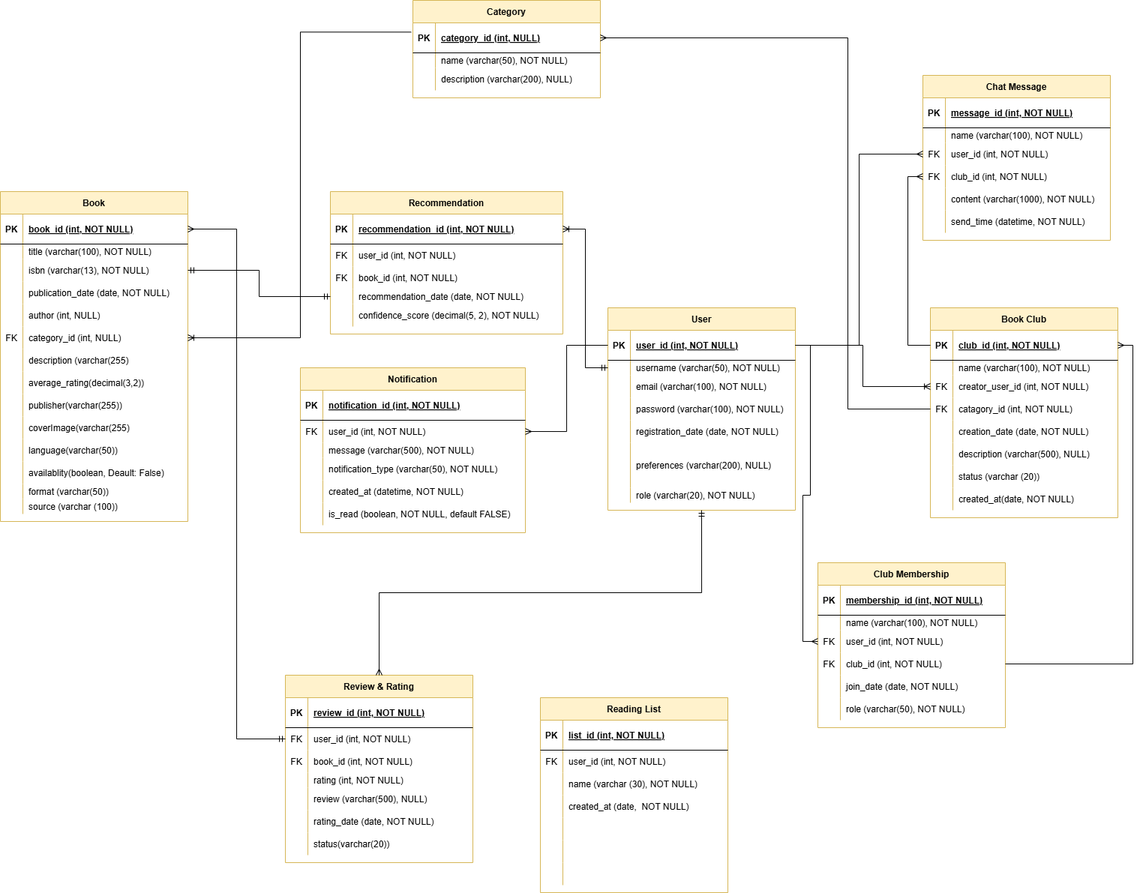
Before: New folder/Untitled Diagram.drawio.png, a diagram exported from draw.io (Kkgenkai/Draw.io). Source tidied: cells renumbered, new cells last; positions are measured from the earlier drawing's top-left corner, leaving out a move shared by most shapes.
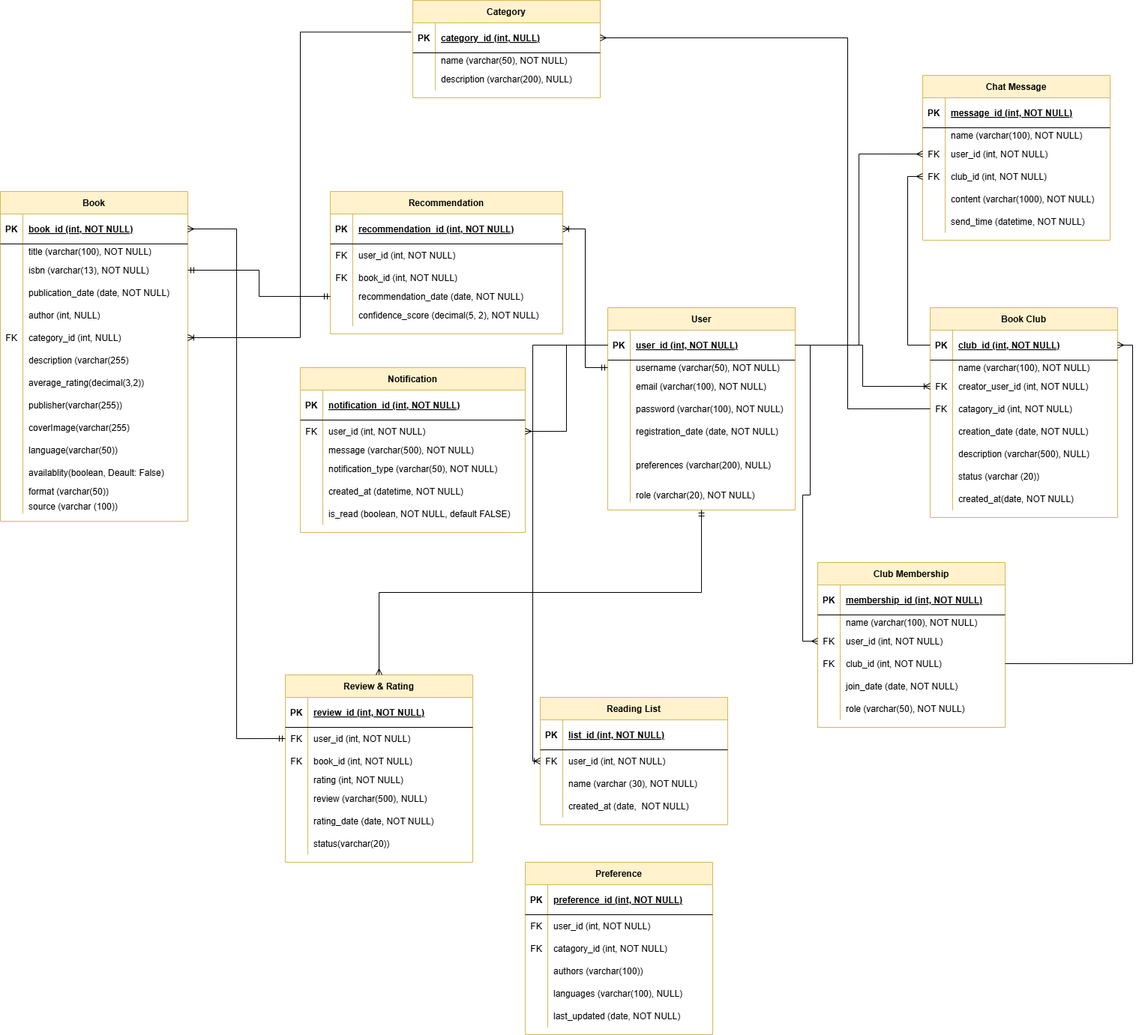
Later version of the same file.

Diff of the diagram source:
```diff
@@ -629,7 +629,7 @@
       <mxGeometry relative="1" as="geometry" />
     </mxCell>
     <mxCell id="209" value="Reading List" style="shape=table;startSize=30;rowLines=0;fontStyle=1;align=center;fillColor=#fff2cc;strokeColor=#d6b656;" parent="1" vertex="1">
-      <mxGeometry x="720" y="930" width="250" height="260" as="geometry" />
+      <mxGeometry x="720" y="930" width="250" height="170" as="geometry" />
     </mxCell>
     <mxCell id="210" style="shape=partialRectangle;fillColor=none;top=0;left=0;right=0;bottom=1;" parent="209" vertex="1">
       <mxGeometry y="30" width="250" height="40" as="geometry" />
@@ -667,32 +667,65 @@
     <mxCell id="221" value="created_at (date,  NOT NULL)" style="shape=partialRectangle;overflow=hidden;fillColor=none;top=0;left=0;bottom=0;right=0;align=left;spacingLeft=6;" parent="219" vertex="1">
       <mxGeometry x="30" width="220" height="30" as="geometry" />
     </mxCell>
+    <mxCell id="231" value="Preference" style="shape=table;startSize=30;rowLines=0;fontStyle=1;align=center;fillColor=#fff2cc;strokeColor=#d6b656;" parent="1" vertex="1">
+      <mxGeometry x="700" y="1150" width="250" height="230" as="geometry" />
+    </mxCell>
+    <mxCell id="232" style="shape=partialRectangle;fillColor=none;top=0;left=0;right=0;bottom=1;" parent="231" vertex="1">
+      <mxGeometry y="30" width="250" height="40" as="geometry" />
+    </mxCell>
+    <mxCell id="233" value="PK" style="shape=partialRectangle;overflow=hidden;fillColor=none;top=0;left=0;bottom=0;right=0;fontStyle=1;" parent="232" vertex="1">
+      <mxGeometry width="30" height="40" as="geometry" />
+    </mxCell>
+    <mxCell id="234" value="preference_id (int, NOT NULL)" style="shape=partialRectangle;overflow=hidden;fillColor=none;top=0;left=0;bottom=0;right=0;align=left;spacingLeft=6;fontStyle=5;" parent="232" vertex="1">
+      <mxGeometry x="30" width="220" height="40" as="geometry" />
+    </mxCell>
+    <mxCell id="235" style="shape=partialRectangle;fillColor=none;top=0;left=0;right=0;bottom=0;" parent="231" vertex="1">
+      <mxGeometry y="70" width="250" height="30" as="geometry" />
+    </mxCell>
+    <mxCell id="236" value="FK" style="shape=partialRectangle;overflow=hidden;fillColor=none;top=0;left=0;bottom=0;right=0;" parent="235" vertex="1">
+      <mxGeometry width="30" height="30" as="geometry" />
+    </mxCell>
+    <mxCell id="237" value="user_id (int, NOT NULL)" style="shape=partialRectangle;overflow=hidden;fillColor=none;top=0;left=0;bottom=0;right=0;align=left;spacingLeft=6;" parent="235" vertex="1">
+      <mxGeometry x="30" width="220" height="30" as="geometry" />
+    </mxCell>
+    <mxCell id="238" style="shape=partialRectangle;fillColor=none;top=0;left=0;right=0;bottom=0;" parent="231" vertex="1">
+      <mxGeometry y="100" width="250" height="30" as="geometry" />
+    </mxCell>
+    <mxCell id="239" value="FK" style="shape=partialRectangle;overflow=hidden;fillColor=none;top=0;left=0;bottom=0;right=0;" parent="238" vertex="1">
+      <mxGeometry width="30" height="30" as="geometry" />
+    </mxCell>
+    <mxCell id="240" value="catagory_id (int, NOT NULL)" style="shape=partialRectangle;overflow=hidden;fillColor=none;top=0;left=0;bottom=0;right=0;align=left;spacingLeft=6;" parent="238" vertex="1">
+      <mxGeometry x="30" width="220" height="30" as="geometry" />
+    </mxCell>
+    <mxCell id="241" style="shape=partialRectangle;fillColor=none;top=0;left=0;right=0;bottom=0;" parent="231" vertex="1">
+      <mxGeometry y="130" width="250" height="30" as="geometry" />
+    </mxCell>
+    <mxCell id="242" style="shape=partialRectangle;overflow=hidden;fillColor=none;top=0;left=0;bottom=0;right=0;" parent="241" vertex="1">
+      <mxGeometry width="30" height="30" as="geometry" />
+    </mxCell>
+    <mxCell id="243" value="authors (varchar(100)) " style="shape=partialRectangle;overflow=hidden;fillColor=none;top=0;left=0;bottom=0;right=0;align=left;spacingLeft=6;" parent="241" vertex="1">
+      <mxGeometry x="30" width="220" height="30" as="geometry" />
+    </mxCell>
-    <mxCell id="222" style="shape=partialRectangle;fillColor=none;top=0;left=0;right=0;bottom=0;" parent="209" vertex="1">
+    <mxCell id="222" style="shape=partialRectangle;fillColor=none;top=0;left=0;right=0;bottom=0;" parent="231" vertex="1">
       <mxGeometry y="160" width="250" height="30" as="geometry" />
     </mxCell>
-    <mxCell id="223" style="shape=partialRectangle;overflow=hidden;fillColor=none;top=0;left=0;bottom=0;right=0;" parent="222" vertex="1">
-      <mxGeometry width="30" height="30" as="geometry" />
-    </mxCell>
-    <mxCell id="224" style="shape=partialRectangle;overflow=hidden;fillColor=none;top=0;left=0;bottom=0;right=0;align=left;spacingLeft=6;" parent="222" vertex="1">
-      <mxGeometry x="30" width="220" height="30" as="geometry" />
-    </mxCell>
+    <mxCell id="244" style="shape=partialRectangle;overflow=hidden;fillColor=none;top=0;left=0;bottom=0;right=0;" parent="222" vertex="1">
+      <mxGeometry width="30" height="30" as="geometry" />
+    </mxCell>
+    <mxCell id="245" value="languages (varchar(100), NULL)" style="shape=partialRectangle;overflow=hidden;fillColor=none;top=0;left=0;bottom=0;right=0;align=left;spacingLeft=6;" parent="222" vertex="1">
+      <mxGeometry x="30" width="220" height="30" as="geometry" />
+    </mxCell>
-    <mxCell id="225" style="shape=partialRectangle;fillColor=none;top=0;left=0;right=0;bottom=0;" parent="209" vertex="1">
+    <mxCell id="225" style="shape=partialRectangle;fillColor=none;top=0;left=0;right=0;bottom=0;" parent="231" vertex="1">
       <mxGeometry y="190" width="250" height="30" as="geometry" />
     </mxCell>
-    <mxCell id="226" style="shape=partialRectangle;overflow=hidden;fillColor=none;top=0;left=0;bottom=0;right=0;" parent="225" vertex="1">
-      <mxGeometry width="30" height="30" as="geometry" />
-    </mxCell>
-    <mxCell id="227" style="shape=partialRectangle;overflow=hidden;fillColor=none;top=0;left=0;bottom=0;right=0;align=left;spacingLeft=6;" parent="225" vertex="1">
-      <mxGeometry x="30" width="220" height="30" as="geometry" />
-    </mxCell>
-    <mxCell id="228" style="shape=partialRectangle;fillColor=none;top=0;left=0;right=0;bottom=0;" parent="209" vertex="1">
-      <mxGeometry y="220" width="250" height="30" as="geometry" />
-    </mxCell>
-    <mxCell id="229" style="shape=partialRectangle;overflow=hidden;fillColor=none;top=0;left=0;bottom=0;right=0;" parent="228" vertex="1">
-      <mxGeometry width="30" height="30" as="geometry" />
-    </mxCell>
-    <mxCell id="230" style="shape=partialRectangle;overflow=hidden;fillColor=none;top=0;left=0;bottom=0;right=0;align=left;spacingLeft=6;" parent="228" vertex="1">
-      <mxGeometry x="30" width="220" height="30" as="geometry" />
-    </mxCell>
+    <mxCell id="246" style="shape=partialRectangle;overflow=hidden;fillColor=none;top=0;left=0;bottom=0;right=0;" parent="225" vertex="1">
+      <mxGeometry width="30" height="30" as="geometry" />
+    </mxCell>
+    <mxCell id="247" value="last_updated (date, NOT NULL)" style="shape=partialRectangle;overflow=hidden;fillColor=none;top=0;left=0;bottom=0;right=0;align=left;spacingLeft=6;" parent="225" vertex="1">
+      <mxGeometry x="30" width="220" height="30" as="geometry" />
+    </mxCell>
+    <mxCell id="248" style="edgeStyle=orthogonalEdgeStyle;fontSize=12;html=1;endArrow=ERoneToMany;rounded=0;exitX=0;exitY=0.5;exitDx=0;exitDy=0;entryX=0;entryY=0.5;entryDx=0;entryDy=0;" parent="1" edge="1" source="3" target="213">
+      <mxGeometry relative="1" as="geometry" />
+    </mxCell>
   </root>
 </mxGraphModel>
```
